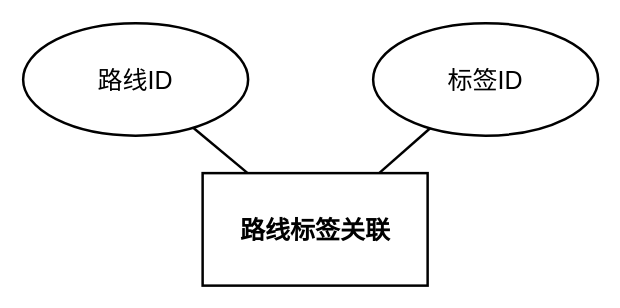
Before: DOCS/architecture-diagrams/sources/实体图/trail_tags/trail_tags_entity.drawio in 612cs/TrailQuest, a draw.io diagram. Source tidied: cells renumbered, new cells numbered last; positions are measured from the earlier drawing's top-left corner, leaving out a move shared by most shapes. Both pictures are drawn from the tidied source at 125%, with x=0, y=0 at pixel (22, 22).
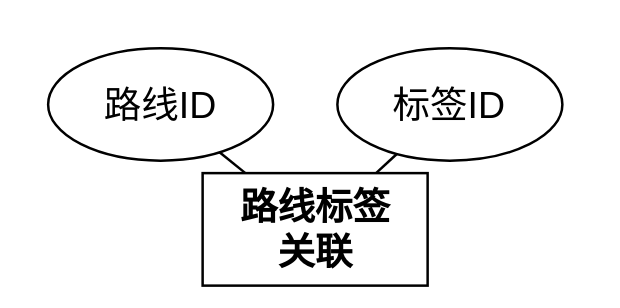
The same diagram, later.

What changed in the source:
```diff
@@
 <mxGraphModel>
   <root>
     <mxCell id="0" />
     <mxCell id="1" parent="0" />
-    <mxCell id="2" value="路线标签关联" style="rounded=0;whiteSpace=wrap;html=1;fillColor=none;strokeColor=#000000;fontColor=#000000;fontFamily=Arial;fontSize=20;fontStyle=1;align=center;verticalAlign=middle;strokeWidth=2;gradientColor=none;shadow=0;glass=0;" parent="1" vertex="1">
+    <mxCell id="2" value="路线标签&lt;div&gt;关联&lt;/div&gt;" style="rounded=0;whiteSpace=wrap;html=1;fillColor=none;strokeColor=#000000;fontColor=#000000;fontFamily=Arial;fontSize=30;fontStyle=1;align=center;verticalAlign=middle;strokeWidth=2;gradientColor=none;shadow=0;glass=0;" parent="1" vertex="1">
       <mxGeometry x="143.6" y="120" width="180" height="90" as="geometry" />
     </mxCell>
-    <mxCell id="3" value="路线ID" style="ellipse;whiteSpace=wrap;html=1;fillColor=none;strokeColor=#000000;fontColor=#000000;fontFamily=Arial;fontSize=20;align=center;verticalAlign=middle;strokeWidth=2;gradientColor=none;shadow=0;glass=0;" parent="1" vertex="1">
-      <mxGeometry width="180" height="90" as="geometry" />
+    <mxCell id="3" value="路线ID" style="ellipse;whiteSpace=wrap;html=1;fillColor=none;strokeColor=#000000;fontColor=#000000;fontFamily=Arial;fontSize=30;align=center;verticalAlign=middle;strokeWidth=2;gradientColor=none;shadow=0;glass=0;" parent="1" vertex="1">
+      <mxGeometry x="20" y="20" width="180" height="90" as="geometry" />
     </mxCell>
-    <mxCell id="4" value="标签ID" style="ellipse;whiteSpace=wrap;html=1;fillColor=none;strokeColor=#000000;fontColor=#000000;fontFamily=Arial;fontSize=20;align=center;verticalAlign=middle;strokeWidth=2;gradientColor=none;shadow=0;glass=0;" parent="1" vertex="1">
-      <mxGeometry x="280" width="180" height="90" as="geometry" />
+    <mxCell id="4" value="标签ID" style="ellipse;whiteSpace=wrap;html=1;fillColor=none;strokeColor=#000000;fontColor=#000000;fontFamily=Arial;fontSize=30;align=center;verticalAlign=middle;strokeWidth=2;gradientColor=none;shadow=0;glass=0;" parent="1" vertex="1">
+      <mxGeometry x="251.4" y="20" width="180" height="90" as="geometry" />
     </mxCell>
-    <mxCell id="5" style="endArrow=none;html=1;rounded=0;strokeColor=#000000;strokeWidth=2;" parent="1" edge="1" source="2" target="3">
+    <mxCell id="5" style="endArrow=none;html=1;rounded=0;strokeColor=#000000;strokeWidth=2;fontSize=30;" parent="1" edge="1" source="2" target="3">
       <mxGeometry relative="1" as="geometry" />
     </mxCell>
-    <mxCell id="6" style="endArrow=none;html=1;rounded=0;strokeColor=#000000;strokeWidth=2;" parent="1" edge="1" source="2" target="4">
+    <mxCell id="6" style="endArrow=none;html=1;rounded=0;strokeColor=#000000;strokeWidth=2;fontSize=30;" parent="1" edge="1" source="2" target="4">
       <mxGeometry relative="1" as="geometry" />
     </mxCell>
   </root>
 </mxGraphModel>
```
